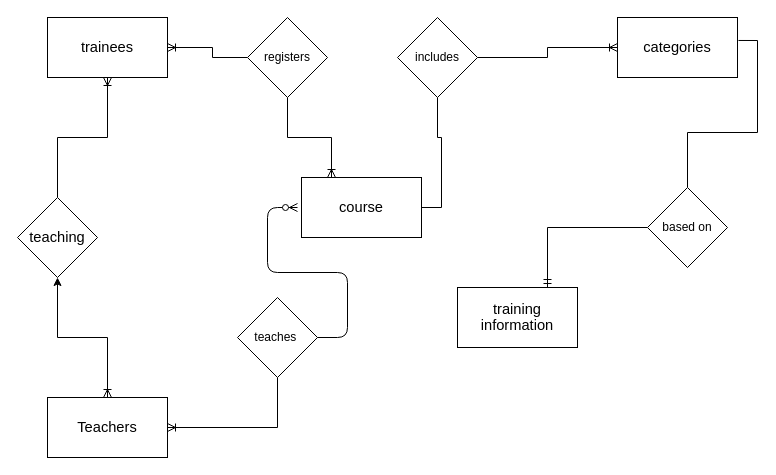
Before: d1/Untitled Diagram.drawio in nur1208/test, a draw.io diagram. Source tidied: cells renumbered, new cells numbered last; positions are measured from the earlier drawing's top-left corner, leaving out a move shared by most shapes. Both pictures are drawn from the tidied source at 100%, with x=0, y=0 at pixel (17, 17).
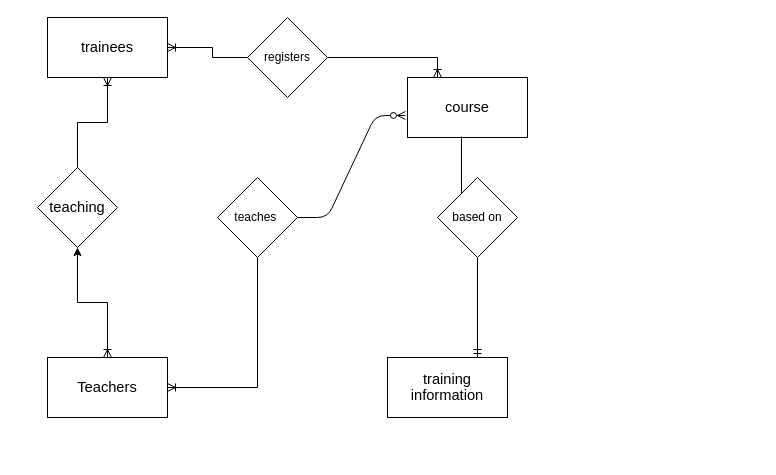
After the change.

Commit message:
last commit ain't changing anything any more

The edit, as a diff of the source:
```diff
@@
     <mxCell id="4" value="&lt;span style=&quot;font-size: 11pt ; line-height: 107% ; font-family: &amp;#34;calibri&amp;#34; , sans-serif ; background-color: rgb(255 , 255 , 255)&quot;&gt;Teachers&lt;/span&gt;" style="rounded=0;whiteSpace=wrap;html=1;" parent="1" vertex="1">
-      <mxGeometry x="30" y="380" width="120" height="60" as="geometry" />
+      <mxGeometry x="30" y="340" width="120" height="60" as="geometry" />
     </mxCell>
     <mxCell id="5" value="&lt;span style=&quot;font-size: 11pt ; line-height: 107% ; font-family: &amp;#34;calibri&amp;#34; , sans-serif ; background-color: rgb(255 , 255 , 255)&quot;&gt;course&lt;/span&gt;&lt;span style=&quot;font-size: 11.0pt ; line-height: 107% ; font-family: &amp;#34;calibri&amp;#34; , sans-serif&quot;&gt;&lt;/span&gt;" style="whiteSpace=wrap;html=1;" parent="1" vertex="1">
-      <mxGeometry x="284" y="160" width="120" height="60" as="geometry" />
+      <mxGeometry x="390" y="60" width="120" height="60" as="geometry" />
     </mxCell>
     <mxCell id="6" value="&lt;span style=&quot;font-size: 11pt ; line-height: 107% ; font-family: &amp;#34;calibri&amp;#34; , sans-serif ; background-color: rgb(255 , 255 , 255)&quot;&gt;training information&lt;/span&gt;" style="whiteSpace=wrap;html=1;" parent="1" vertex="1">
-      <mxGeometry x="440" y="270" width="120" height="60" as="geometry" />
+      <mxGeometry x="370" y="340" width="120" height="60" as="geometry" />
     </mxCell>
@@
     <mxCell id="9" value="&lt;span style=&quot;font-size: 11.0pt ; line-height: 107% ; font-family: &amp;#34;calibri&amp;#34; , sans-serif&quot;&gt;teaching&lt;/span&gt;" style="rhombus;whiteSpace=wrap;html=1;" parent="1" vertex="1">
-      <mxGeometry y="180" width="80" height="80" as="geometry" />
+      <mxGeometry x="20" y="150" width="80" height="80" as="geometry" />
     </mxCell>
-    <mxCell id="10" value="&lt;span style=&quot;font-size: 11.0pt ; line-height: 107% ; font-family: &amp;#34;calibri&amp;#34; , sans-serif&quot;&gt;categories&lt;/span&gt;" style="rounded=0;whiteSpace=wrap;html=1;" parent="1" vertex="1">
-      <mxGeometry x="600" width="120" height="60" as="geometry" />
-    </mxCell>
-    <mxCell id="11" style="edgeStyle=orthogonalEdgeStyle;rounded=0;jettySize=auto;html=1;entryX=1;entryY=0.5;entryDx=0;entryDy=0;endArrow=none;endFill=0;" parent="1" edge="1" source="13" target="5">
-      <mxGeometry relative="1" as="geometry" />
-    </mxCell>
-    <mxCell id="12" style="edgeStyle=orthogonalEdgeStyle;rounded=0;jettySize=auto;html=1;endArrow=ERoneToMany;endFill=0;" parent="1" edge="1" source="13" target="10">
-      <mxGeometry relative="1" as="geometry" />
-    </mxCell>
-    <mxCell id="13" value="includes" style="rhombus;whiteSpace=wrap;html=1;" parent="1" vertex="1">
-      <mxGeometry x="380" width="80" height="80" as="geometry" />
-    </mxCell>
-    <mxCell id="14" style="edgeStyle=orthogonalEdgeStyle;rounded=0;jettySize=auto;html=1;entryX=1.008;entryY=0.383;entryDx=0;entryDy=0;endArrow=none;endFill=0;entryPerimeter=0;" parent="1" edge="1" source="16" target="10">
-      <mxGeometry relative="1" as="geometry" />
+    <mxCell id="14" style="edgeStyle=orthogonalEdgeStyle;rounded=0;jettySize=auto;html=1;endArrow=none;endFill=0;entryX=0.45;entryY=0.983;entryDx=0;entryDy=0;entryPerimeter=0;" parent="1" edge="1" source="16" target="5">
+      <mxGeometry relative="1" as="geometry">
+        <Array as="points">
+          <mxPoint x="460" y="240" />
+          <mxPoint x="460" y="170" />
+          <mxPoint x="444" y="170" />
+        </Array>
+      </mxGeometry>
     </mxCell>
@@
     <mxCell id="16" value="based on" style="rhombus;whiteSpace=wrap;html=1;" parent="1" vertex="1">
-      <mxGeometry x="630" y="170" width="80" height="80" as="geometry" />
+      <mxGeometry x="420" y="160" width="80" height="80" as="geometry" />
     </mxCell>
@@
     <mxCell id="20" value="teaches&amp;nbsp;" style="rhombus;whiteSpace=wrap;html=1;" parent="1" vertex="1">
-      <mxGeometry x="220" y="280" width="80" height="80" as="geometry" />
+      <mxGeometry x="200" y="160" width="80" height="80" as="geometry" />
     </mxCell>
-    <mxCell id="21" style="edgeStyle=entityRelationEdgeStyle;fontSize=12;html=1;endArrow=ERzeroToMany;endFill=1;" parent="1" edge="1">
-      <mxGeometry relative="1" as="geometry">
-        <mxPoint x="300" y="320" as="sourcePoint" />
-        <mxPoint x="280" y="190" as="targetPoint" />
-      </mxGeometry>
+    <mxCell id="21" style="edgeStyle=entityRelationEdgeStyle;fontSize=12;html=1;endArrow=ERzeroToMany;endFill=1;exitX=1;exitY=0.5;exitDx=0;exitDy=0;entryX=-0.017;entryY=0.633;entryDx=0;entryDy=0;entryPerimeter=0;" parent="1" edge="1" source="20" target="5">
+      <mxGeometry relative="1" as="geometry" />
     </mxCell>
```
